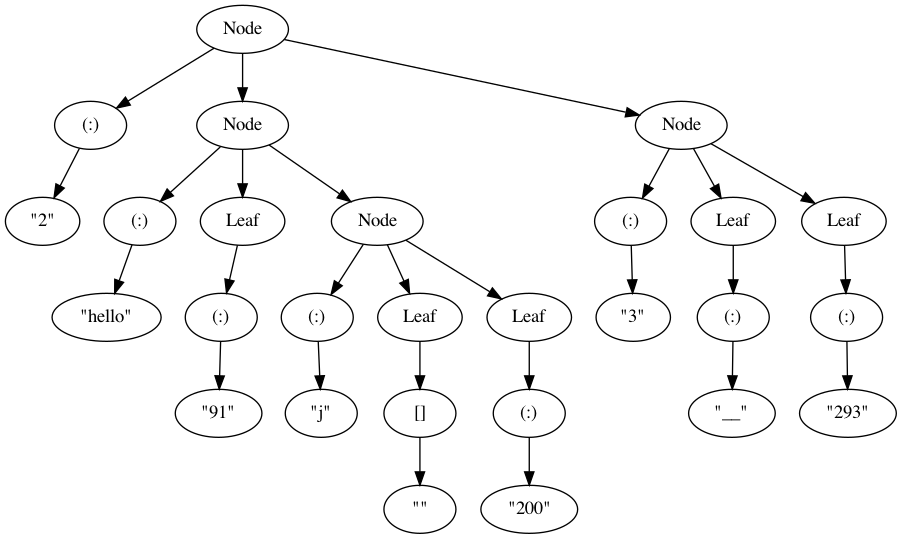
This is tree-visualization-final/sample-output/strBinTree_false_sample.png from ingridt123/cs131-tools, a Graphviz export, as it was before one commit. Its source is kept beside it as tree-visualization-final/sample-output/strBinTree_false_sample.dot. The source it was exported from:
```dot
digraph "" {
  "1" [label=" Node "];
  "1" -> "1.1" [];
  "1" -> "1.2" [];
  "1" -> "1.3" [];
  "1.1" [label=" (:) "];
  "1.1" -> "1.1.1" [];
  "1.1.1" [label=" \"2\" "];
  "1.2" [label=" Node "];
  "1.2" -> "1.2.1" [];
  "1.2" -> "1.2.2" [];
  "1.2" -> "1.2.3" [];
  "1.2.1" [label=" (:) "];
  "1.2.1" -> "1.2.1.1" [];
  "1.2.1.1" [label=" \"hello\" "];
  "1.2.2" [label=" Leaf "];
  "1.2.2" -> "1.2.2.1" [];
  "1.2.2.1" [label=" (:) "];
  "1.2.2.1" -> "1.2.2.1.1" [];
  "1.2.2.1.1" [label=" \"91\" "];
  "1.2.3" [label=" Node "];
  "1.2.3" -> "1.2.3.1" [];
  "1.2.3" -> "1.2.3.2" [];
  "1.2.3" -> "1.2.3.3" [];
  "1.2.3.1" [label=" (:) "];
  "1.2.3.1" -> "1.2.3.1.1" [];
  "1.2.3.1.1" [label=" \"j\" "];
  "1.2.3.2" [label=" Leaf "];
  "1.2.3.2" -> "1.2.3.2.1" [];
  "1.2.3.2.1" [label=" [] "];
  "1.2.3.2.1" -> "1.2.3.2.1.1" [];
  "1.2.3.2.1.1" [label=" \"\" "];
  "1.2.3.3" [label=" Leaf "];
  "1.2.3.3" -> "1.2.3.3.1" [];
  "1.2.3.3.1" [label=" (:) "];
  "1.2.3.3.1" -> "1.2.3.3.1.1" [];
  "1.2.3.3.1.1" [label=" \"200\" "];
  "1.3" [label=" Node "];
  "1.3" -> "1.3.1" [];
  "1.3" -> "1.3.2" [];
  "1.3" -> "1.3.3" [];
  "1.3.1" [label=" (:) "];
  "1.3.1" -> "1.3.1.1" [];
  "1.3.1.1" [label=" \"3\" "];
  "1.3.2" [label=" Leaf "];
  "1.3.2" -> "1.3.2.1" [];
  "1.3.2.1" [label=" (:) "];
  "1.3.2.1" -> "1.3.2.1.1" [];
  "1.3.2.1.1" [label=" \"__\" "];
  "1.3.3" [label=" Leaf "];
  "1.3.3" -> "1.3.3.1" [];
  "1.3.3.1" [label=" (:) "];
  "1.3.3.1" -> "1.3.3.1.1" [];
  "1.3.3.1.1" [label=" \"293\" "];
}
```
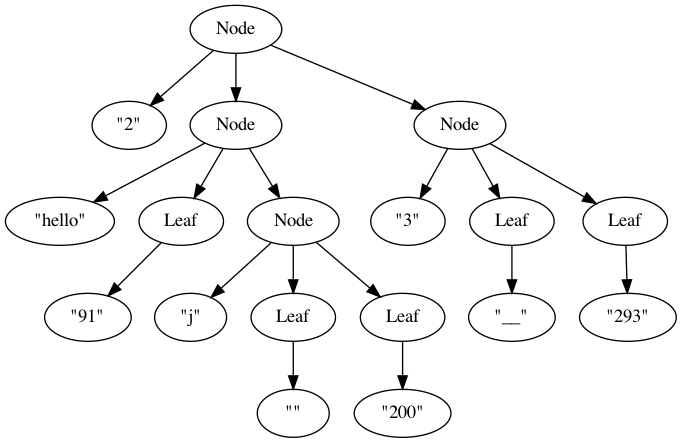
Later version of the same file.

Commit message:
Update sample trees for strBinTree_false

The edit, as a diff of the source:
```diff
@@ -3,53 +3,35 @@
   "1" -> "1.1" [];
   "1" -> "1.2" [];
   "1" -> "1.3" [];
-  "1.1" [label=" (:) "];
-  "1.1" -> "1.1.1" [];
-  "1.1.1" [label=" \"2\" "];
+  "1.1" [label=" \"2\" "];
   "1.2" [label=" Node "];
   "1.2" -> "1.2.1" [];
   "1.2" -> "1.2.2" [];
   "1.2" -> "1.2.3" [];
-  "1.2.1" [label=" (:) "];
-  "1.2.1" -> "1.2.1.1" [];
-  "1.2.1.1" [label=" \"hello\" "];
+  "1.2.1" [label=" \"hello\" "];
   "1.2.2" [label=" Leaf "];
   "1.2.2" -> "1.2.2.1" [];
-  "1.2.2.1" [label=" (:) "];
-  "1.2.2.1" -> "1.2.2.1.1" [];
-  "1.2.2.1.1" [label=" \"91\" "];
+  "1.2.2.1" [label=" \"91\" "];
   "1.2.3" [label=" Node "];
   "1.2.3" -> "1.2.3.1" [];
   "1.2.3" -> "1.2.3.2" [];
   "1.2.3" -> "1.2.3.3" [];
-  "1.2.3.1" [label=" (:) "];
-  "1.2.3.1" -> "1.2.3.1.1" [];
-  "1.2.3.1.1" [label=" \"j\" "];
+  "1.2.3.1" [label=" \"j\" "];
   "1.2.3.2" [label=" Leaf "];
   "1.2.3.2" -> "1.2.3.2.1" [];
-  "1.2.3.2.1" [label=" [] "];
-  "1.2.3.2.1" -> "1.2.3.2.1.1" [];
-  "1.2.3.2.1.1" [label=" \"\" "];
+  "1.2.3.2.1" [label=" \"\" "];
   "1.2.3.3" [label=" Leaf "];
   "1.2.3.3" -> "1.2.3.3.1" [];
-  "1.2.3.3.1" [label=" (:) "];
-  "1.2.3.3.1" -> "1.2.3.3.1.1" [];
-  "1.2.3.3.1.1" [label=" \"200\" "];
+  "1.2.3.3.1" [label=" \"200\" "];
   "1.3" [label=" Node "];
   "1.3" -> "1.3.1" [];
   "1.3" -> "1.3.2" [];
   "1.3" -> "1.3.3" [];
-  "1.3.1" [label=" (:) "];
-  "1.3.1" -> "1.3.1.1" [];
-  "1.3.1.1" [label=" \"3\" "];
+  "1.3.1" [label=" \"3\" "];
   "1.3.2" [label=" Leaf "];
   "1.3.2" -> "1.3.2.1" [];
-  "1.3.2.1" [label=" (:) "];
-  "1.3.2.1" -> "1.3.2.1.1" [];
-  "1.3.2.1.1" [label=" \"__\" "];
+  "1.3.2.1" [label=" \"__\" "];
   "1.3.3" [label=" Leaf "];
   "1.3.3" -> "1.3.3.1" [];
-  "1.3.3.1" [label=" (:) "];
-  "1.3.3.1" -> "1.3.3.1.1" [];
-  "1.3.3.1.1" [label=" \"293\" "];
+  "1.3.3.1" [label=" \"293\" "];
 }
```
